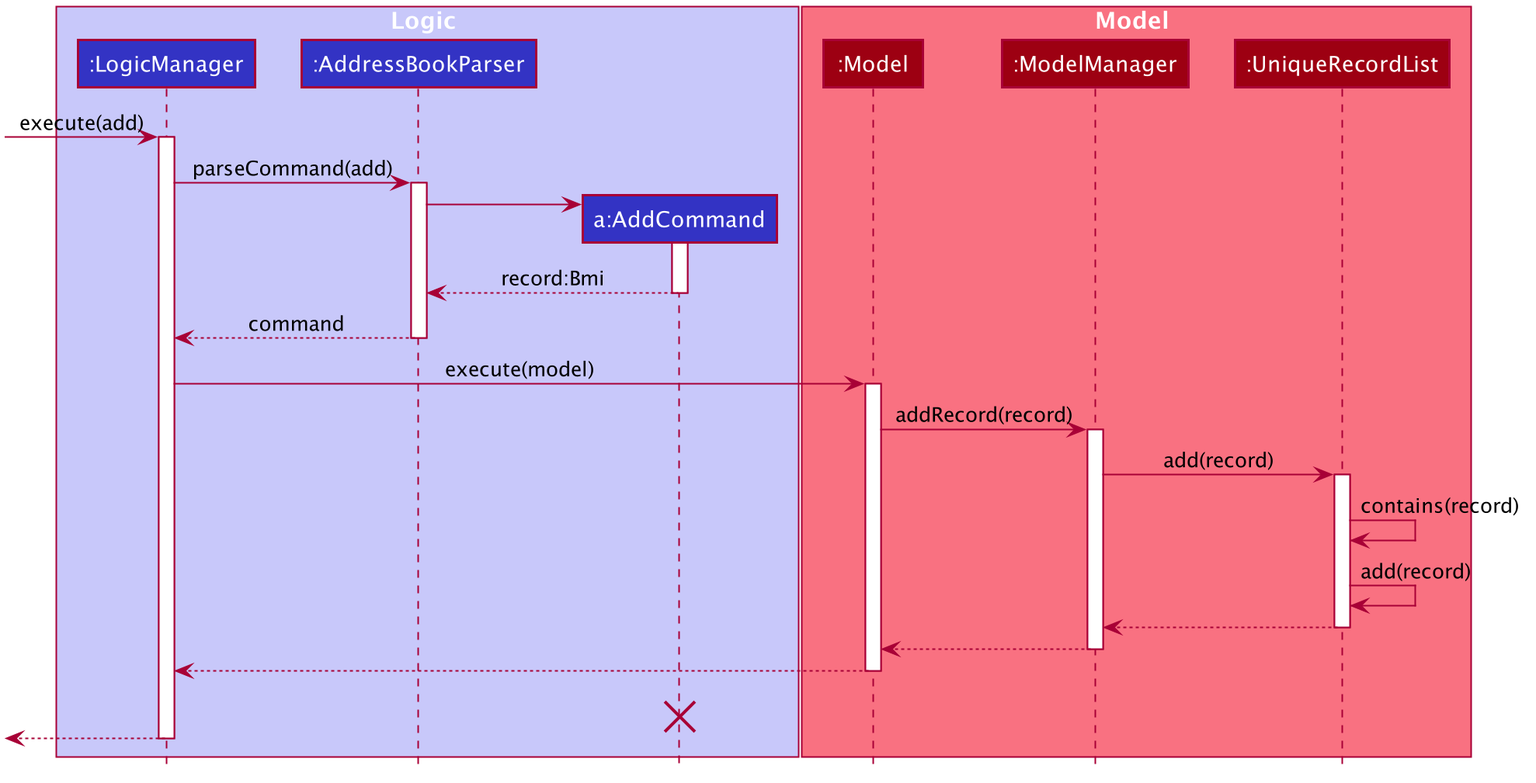
The PlantUML diagram docs/images/AddSequenceDiagram.png in nus-cs2103-AY1920S1/addressbook-level3, before a commit.
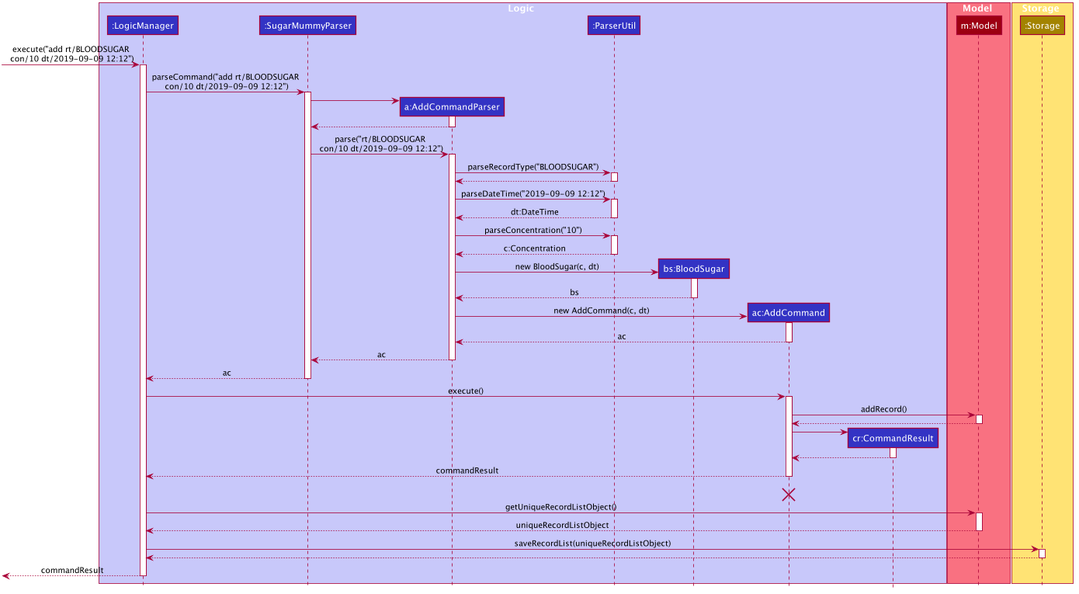
Later version of the same file.

Diff of the diagram source:
```diff
@@ -50,54 +50,108 @@
 
 box Logic #C8C8FA
 participant ":LogicManager" as LogicManager #3333C4
-participant ":AddressBookParser" as AddressBookParser #3333C4
-participant "a:AddCommand" as AddCommand #3333C4
+participant ":SugarMummyParser" as SugarMummyParser #3333C4
+participant "a:AddCommandParser" as AddCommandParser #3333C4
+participant ":ParserUtil" as ParserUtil #3333C4
+participant "bs:BloodSugar" as BloodSugar #3333C4
+participant "ac:AddCommand" as AddCommand #3333C4
+participant "cr:CommandResult" as CommandResult #3333C4
 end box
 
 box Model #F97181
-participant ":Model" as Model #9D0012
-participant ":ModelManager" as ModelManager #9D0012
-participant ":UniqueRecordList" as UniqueRecordList #9D0012
+participant "m:Model" as Model #9D0012
 end box
-[-> LogicManager : execute(add)
+
+box Storage #FFE374
+participant ":Storage" as Storage #A38300
+end box
+
+[-> LogicManager : execute("add rt/BLOODSUGAR\n con/10 dt/2019-09-09 12:12")
 activate LogicManager
 
-LogicManager -> AddressBookParser : parseCommand(add)
-activate AddressBookParser
+LogicManager -> SugarMummyParser : parseCommand("add rt/BLOODSUGAR\n con/10 dt/2019-09-09 12:12")
+activate SugarMummyParser
+
+create AddCommandParser
+SugarMummyParser -> AddCommandParser
+activate AddCommandParser
+AddCommandParser --> SugarMummyParser
+deactivate AddCommandParser
+
+SugarMummyParser -> AddCommandParser : parse("rt/BLOODSUGAR\n con/10 dt/2019-09-09 12:12")
+activate AddCommandParser
+
+AddCommandParser -> ParserUtil : parseRecordType("BLOODSUGAR")
+activate ParserUtil
+
+ParserUtil --> AddCommandParser
+deactivate ParserUtil
+
+AddCommandParser -> ParserUtil : parseDateTime("2019-09-09 12:12")
+activate ParserUtil
+
+ParserUtil --> AddCommandParser : dt:DateTime
+deactivate ParserUtil
+
+AddCommandParser -> ParserUtil : parseConcentration("10")
+activate ParserUtil
+
+ParserUtil --> AddCommandParser : c:Concentration
+deactivate ParserUtil
+
+create BloodSugar
+AddCommandParser -> BloodSugar : new BloodSugar(c, dt)
+activate BloodSugar
+BloodSugar --> AddCommandParser : bs
+deactivate BloodSugar
 
 create AddCommand
-AddressBookParser -> AddCommand
+AddCommandParser -> AddCommand : new AddCommand(c, dt)
+activate AddCommand
+AddCommand --> AddCommandParser : ac
+deactivate AddCommand
+
+AddCommandParser --> SugarMummyParser : ac
+deactivate AddCommandParser
+
+SugarMummyParser --> LogicManager : ac
+deactivate SugarMummyParser
+
+LogicManager -> AddCommand : execute()
 activate AddCommand
 
-AddCommand --> AddressBookParser : record:Bmi
-deactivate AddCommand
-
-AddressBookParser --> LogicManager : command
-deactivate AddressBookParser
-
-LogicManager -> Model : execute(model)
+AddCommand -> Model : addRecord()
 activate Model
 
-Model -> ModelManager : addRecord(record)
-activate ModelManager
+Model --> AddCommand
+deactivate Model
 
-ModelManager -> UniqueRecordList : add(record)
-activate UniqueRecordList
+create CommandResult
+AddCommand -> CommandResult
+activate CommandResult
+CommandResult --> AddCommand
+deactivate CommandResult
 
-UniqueRecordList -> UniqueRecordList :contains(record)
-UniqueRecordList -> UniqueRecordList :add(record)
-UniqueRecordList --> ModelManager :
-deactivate UniqueRecordList
-
-ModelManager --> Model
-deactivate ModelManager
-
-Model --> LogicManager
-deactivate Model
+AddCommand --> LogicManager : commandResult
+deactivate AddCommand
 
 AddCommand -[hidden]-> LogicManager : result
 destroy AddCommand
 
-[<--LogicManager
+LogicManager -> Model : getUniqueRecordListObject()
+activate Model
+
+Model --> LogicManager : uniqueRecordListObject
+deactivate Model
+
+LogicManager -> Storage : saveRecordList(uniqueRecordListObject)
+activate Storage
+
+Storage --> LogicManager
+deactivate Storage
+
+
+
+[<--LogicManager : commandResult
 deactivate LogicManager
 @enduml
```
